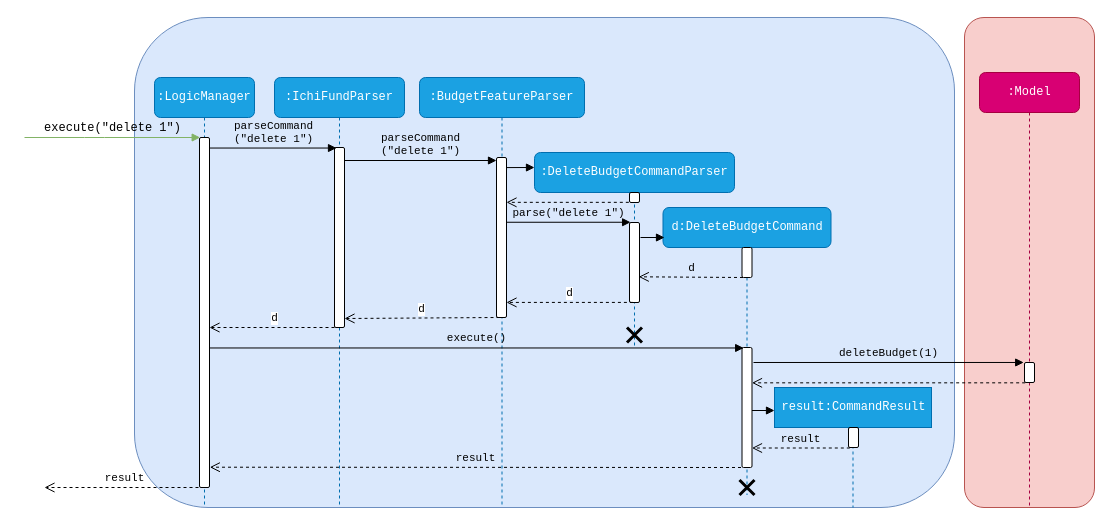
The draw.io diagram docs/diagrams/DeleteSequenceDiagram.drawio in nus-cs2103-AY1920S1/addressbook-level3, before the edit. Source tidied: cells renumbered, new cells numbered last; positions are measured from the earlier drawing's top-left corner, leaving out a move shared by most shapes. Both pictures are drawn from the tidied source at 100%, with x=0, y=0 at pixel (24, 17).
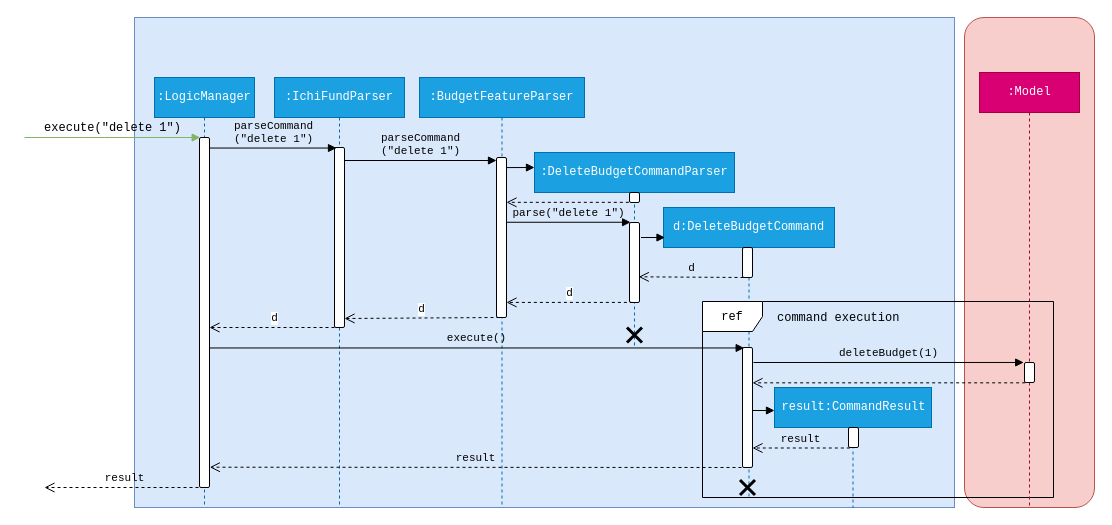
The same diagram, later.

The edit, as a diff of the source:
```diff
@@
-    <mxCell id="4" style="rounded=1;whiteSpace=wrap;html=1;comic=0;fillColor=#dae8fc;strokeColor=#6c8ebf;" parent="1" vertex="1">
+    <mxCell id="4" style="rounded=0;whiteSpace=wrap;html=1;comic=0;fillColor=#dae8fc;strokeColor=#6c8ebf;" parent="1" vertex="1">
       <mxGeometry x="110" width="820" height="490" as="geometry" />
     </mxCell>
-    <mxCell id="5" value=":LogicManager" style="shape=umlLifeline;perimeter=lifelinePerimeter;whiteSpace=wrap;html=1;rounded=1;comic=0;fontFamily=Courier New;fillColor=#1ba1e2;strokeColor=#006EAF;fontColor=#ffffff;" parent="1" vertex="1">
+    <mxCell id="5" value=":LogicManager" style="shape=umlLifeline;perimeter=lifelinePerimeter;whiteSpace=wrap;html=1;rounded=0;comic=0;fontFamily=Courier New;fillColor=#1ba1e2;strokeColor=#006EAF;fontColor=#ffffff;" parent="1" vertex="1">
       <mxGeometry x="130" y="60" width="100" height="430" as="geometry" />
     </mxCell>
@@
-    <mxCell id="7" value=":IchiFundParser" style="shape=umlLifeline;perimeter=lifelinePerimeter;whiteSpace=wrap;html=1;rounded=1;comic=0;fontFamily=Courier New;fillColor=#1ba1e2;strokeColor=#006EAF;fontColor=#ffffff;" parent="1" vertex="1">
+    <mxCell id="7" value=":IchiFundParser" style="shape=umlLifeline;perimeter=lifelinePerimeter;whiteSpace=wrap;html=1;rounded=0;comic=0;fontFamily=Courier New;fillColor=#1ba1e2;strokeColor=#006EAF;fontColor=#ffffff;" parent="1" vertex="1">
       <mxGeometry x="250" y="60" width="130" height="430" as="geometry" />
     </mxCell>
@@
-    <mxCell id="9" value=":BudgetFeatureParser" style="shape=umlLifeline;perimeter=lifelinePerimeter;whiteSpace=wrap;html=1;rounded=1;comic=0;fontFamily=Courier New;fillColor=#1ba1e2;strokeColor=#006EAF;fontColor=#ffffff;" parent="1" vertex="1">
+    <mxCell id="9" value=":BudgetFeatureParser" style="shape=umlLifeline;perimeter=lifelinePerimeter;whiteSpace=wrap;html=1;rounded=0;comic=0;fontFamily=Courier New;fillColor=#1ba1e2;strokeColor=#006EAF;fontColor=#ffffff;" parent="1" vertex="1">
       <mxGeometry x="395" y="60" width="165" height="430" as="geometry" />
     </mxCell>
@@
-    <mxCell id="12" value=":DeleteBudgetCommandParser" style="shape=umlLifeline;perimeter=lifelinePerimeter;whiteSpace=wrap;html=1;rounded=1;comic=0;fontFamily=Courier New;fillColor=#1ba1e2;strokeColor=#006EAF;fontColor=#ffffff;" parent="1" vertex="1">
+    <mxCell id="12" value=":DeleteBudgetCommandParser" style="shape=umlLifeline;perimeter=lifelinePerimeter;whiteSpace=wrap;html=1;rounded=0;comic=0;fontFamily=Courier New;fillColor=#1ba1e2;strokeColor=#006EAF;fontColor=#ffffff;" parent="1" vertex="1">
       <mxGeometry x="510" y="135" width="200" height="195" as="geometry" />
     </mxCell>
@@
-    <mxCell id="16" value="d:DeleteBudgetCommand" style="shape=umlLifeline;perimeter=lifelinePerimeter;whiteSpace=wrap;html=1;rounded=1;comic=0;fontFamily=Courier New;fillColor=#1ba1e2;strokeColor=#006EAF;fontColor=#ffffff;" parent="1" vertex="1">
-      <mxGeometry x="638.5" y="190" width="168" height="287.5" as="geometry" />
+    <mxCell id="16" value="d:DeleteBudgetCommand" style="shape=umlLifeline;perimeter=lifelinePerimeter;whiteSpace=wrap;html=1;rounded=0;comic=0;fontFamily=Courier New;fillColor=#1ba1e2;strokeColor=#006EAF;fontColor=#ffffff;" parent="1" vertex="1">
+      <mxGeometry x="639" y="190" width="171" height="290" as="geometry" />
     </mxCell>
@@
+    <mxCell id="41" value="&lt;font face=&quot;Courier New&quot;&gt;ref&lt;/font&gt;" style="shape=umlFrame;whiteSpace=wrap;html=1;" parent="16" vertex="1">
+      <mxGeometry x="39" y="94" width="351" height="196" as="geometry" />
+    </mxCell>
+    <mxCell id="42" value="&lt;font face=&quot;Courier New&quot;&gt;command execution&lt;/font&gt;" style="text;html=1;align=left;verticalAlign=top;spacingTop=-4;" parent="16" vertex="1">
+      <mxGeometry x="111.5" y="100" width="140" height="20" as="geometry" />
+    </mxCell>
-    <mxCell id="23" value=":Model" style="shape=umlLifeline;perimeter=lifelinePerimeter;whiteSpace=wrap;html=1;rounded=1;comic=0;fontFamily=Courier New;fillColor=#d80073;strokeColor=#A50040;fontColor=#ffffff;size=40;" parent="1" vertex="1">
+    <mxCell id="23" value=":Model" style="shape=umlLifeline;perimeter=lifelinePerimeter;whiteSpace=wrap;html=1;rounded=0;comic=0;fontFamily=Courier New;fillColor=#d80073;strokeColor=#A50040;fontColor=#ffffff;size=40;" parent="1" vertex="1">
       <mxGeometry x="955" y="55" width="100" height="435" as="geometry" />
     </mxCell>
```
